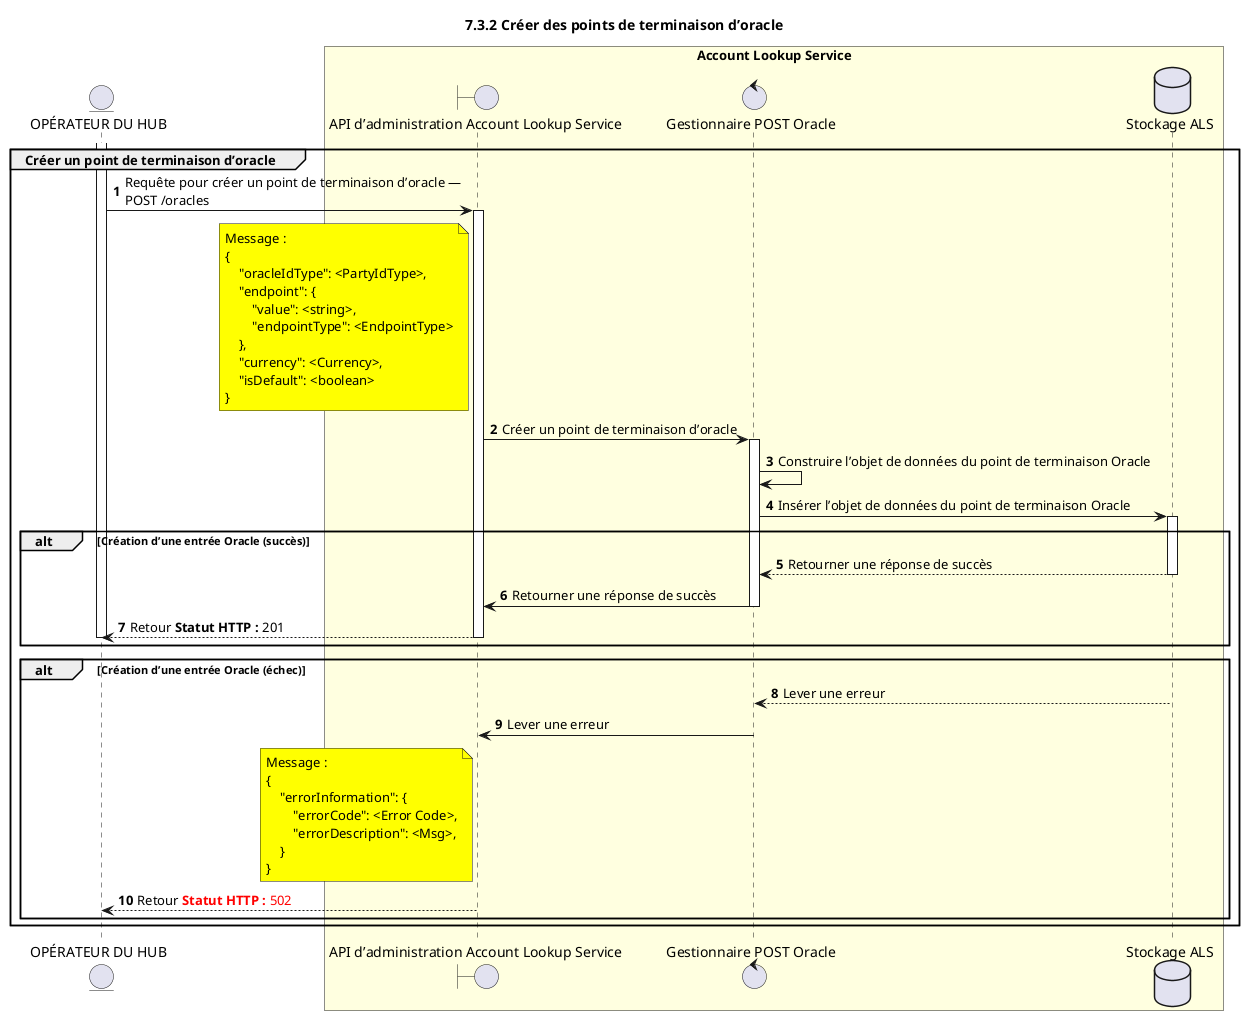
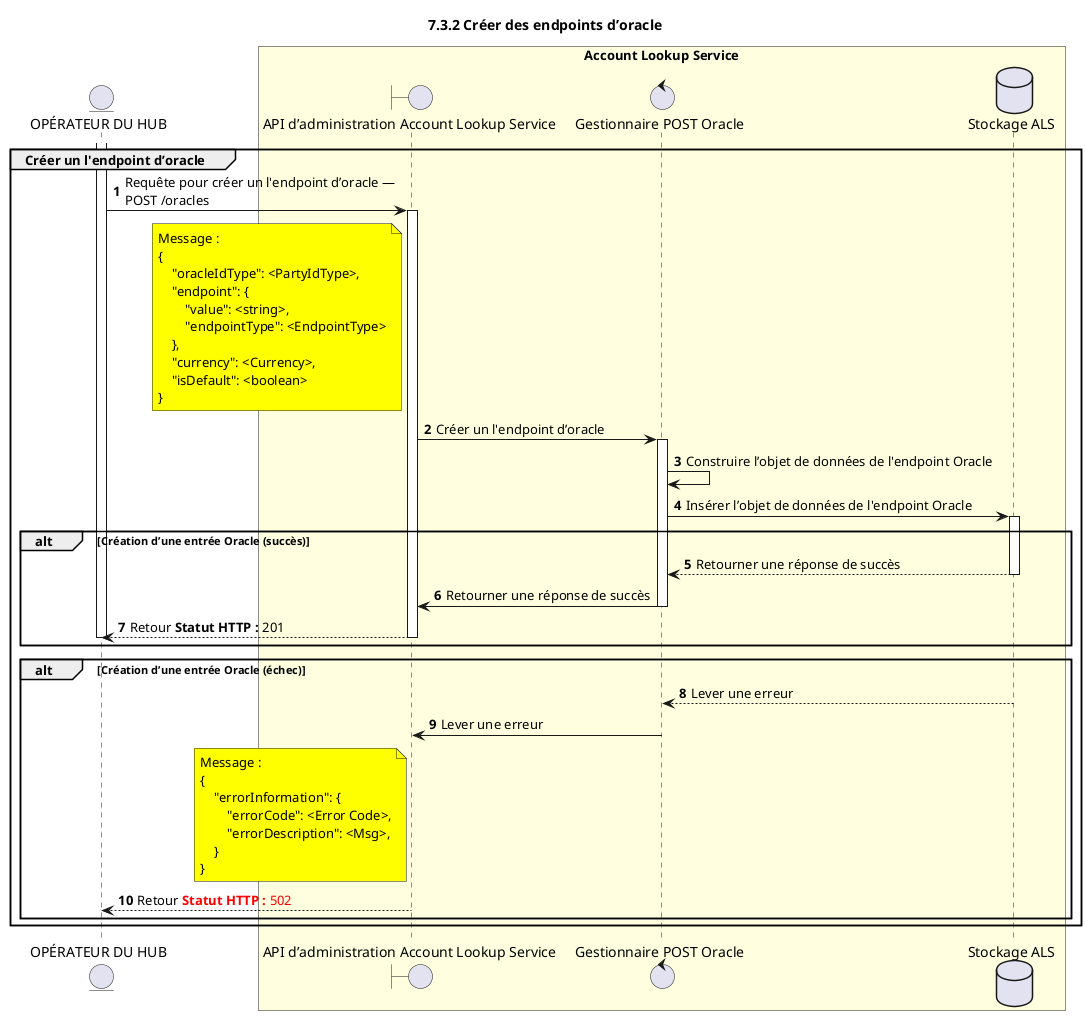
/'*****
 License
 --------------
 Copyright © 2017 Bill & Melinda Gates Foundation
 The Mojaloop files are made available by the Bill & Melinda Gates Foundation under the Apache License, Version 2.0 (the "License") and you may not use these files except in compliance with the License. You may obtain a copy of the License at
 http://www.apache.org/licenses/LICENSE-2.0
 Unless required by applicable law or agreed to in writing, the Mojaloop files are distributed on an "AS IS" BASIS, WITHOUT WARRANTIES OR CONDITIONS OF ANY KIND, either express or implied. See the License for the specific language governing permissions and limitations under the License.
 Contributors
 --------------
 This is the official list of the Mojaloop project contributors for this file.
 Names of the original copyright holders (individuals or organizations)
 should be listed with a '*' in the first column. People who have
 contributed from an organization can be listed under the organization
 that actually holds the copyright for their contributions (see the
 Gates Foundation organization for an example). Those individuals should have
 their names indented and be marked with a '-'. Email address can be added
 optionally within square brackets <email>.
 * Gates Foundation
 - Name Surname <name.surname@gatesfoundation.com>

 * Rajiv Mothilal <rajiv.mothilal@modusbox.com>
 --------------
 ******'/


@startuml
' titre
- title 7.3.2 Créer des points de terminaison d’oracle
+ title 7.3.2 Créer des endpoints d’oracle

autonumber


' Clés des acteurs :
' boundary - API / interfaces, etc.
' control - Gestionnaire d’administration ALS
' database - persistance base de données

' acteurs
entity "OPÉRATEUR DU HUB" as OPERATOR
boundary "API d’administration Account Lookup Service" as ALSADM
control "Gestionnaire POST Oracle" as ORC_HANDLER
database "Stockage ALS" as DB

box "Account Lookup Service" #LightYellow
participant ALSADM
participant ORC_HANDLER
participant DB
end box

' flux

activate OPERATOR
- group Créer un point de terminaison d’oracle
-   OPERATOR -> ALSADM: Requête pour créer un point de terminaison d’oracle —\nPOST /oracles
+ group Créer un l'endpoint d’oracle
+   OPERATOR -> ALSADM: Requête pour créer un l'endpoint d’oracle —\nPOST /oracles
  note left of ALSADM #yellow
      Message :
      {
          "oracleIdType": <PartyIdType>,
          "endpoint": {
              "value": <string>,
              "endpointType": <EndpointType>
          },
          "currency": <Currency>,
          "isDefault": <boolean>
      }
  end note
  activate ALSADM

-   ALSADM -> ORC_HANDLER: Créer un point de terminaison d’oracle
+   ALSADM -> ORC_HANDLER: Créer un l'endpoint d’oracle

  activate ORC_HANDLER
-   ORC_HANDLER -> ORC_HANDLER: Construire l’objet de données du point de terminaison Oracle
-   ORC_HANDLER -> DB: Insérer l’objet de données du point de terminaison Oracle
+   ORC_HANDLER -> ORC_HANDLER: Construire l’objet de données de l'endpoint Oracle
+   ORC_HANDLER -> DB: Insérer l’objet de données de l'endpoint Oracle
  activate DB

  alt Création d’une entrée Oracle (succès)
    DB --> ORC_HANDLER: Retourner une réponse de succès
    deactivate DB

    ORC_HANDLER -> ALSADM: Retourner une réponse de succès
    deactivate ORC_HANDLER
    ALSADM --> OPERATOR: Retour <color #000000><b>Statut HTTP :</b> 201</color>

    deactivate ALSADM
    deactivate OPERATOR
  end

  alt Création d’une entrée Oracle (échec)
    DB --> ORC_HANDLER: Lever une erreur
    deactivate DB
    ORC_HANDLER -> ALSADM: Lever une erreur
    deactivate ORC_HANDLER
    note left of ALSADM #yellow
        Message :
        {
            "errorInformation": {
                "errorCode": <Error Code>,
                "errorDescription": <Msg>,
            }
        }
    end note

    ALSADM --> OPERATOR: Retour <color #FF0000><b>Statut HTTP :</b> 502</color>

    deactivate ALSADM
    deactivate OPERATOR


  end
end

@enduml
